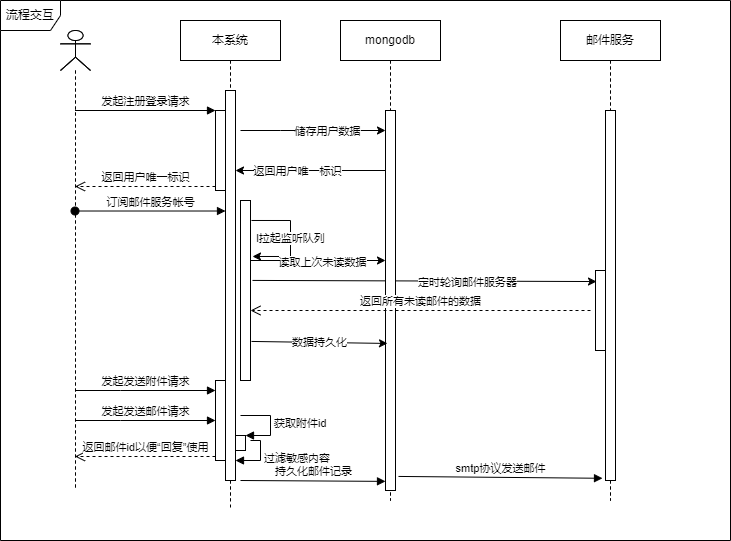
Before: doc/image/流程交互图.png, a diagram exported from draw.io (wujunwei/gomail). Source tidied: cells renumbered, new cells last; positions are measured from the earlier drawing's top-left corner, leaving out a move shared by most shapes.
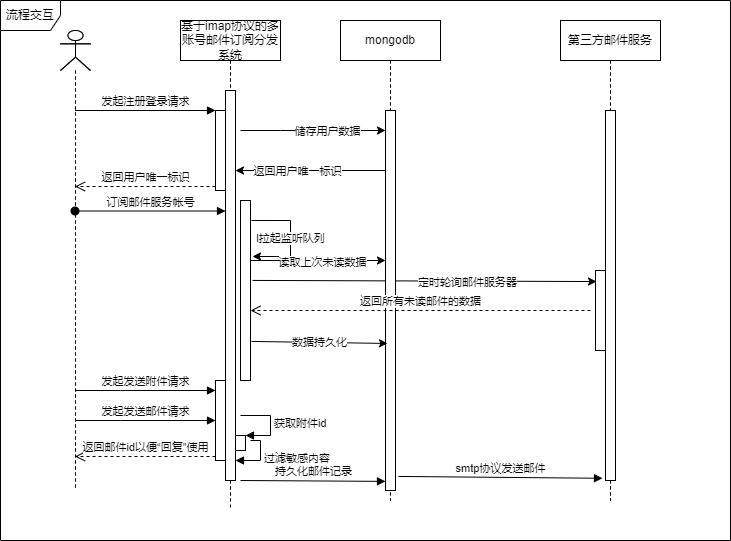
Above is the later version.

The edit, as a diff of the source:
```diff
@@ -25,7 +25,7 @@
     <mxCell id="7" style="html=1;points=[];perimeter=orthogonalPerimeter;" parent="3" vertex="1">
       <mxGeometry x="35" y="360" width="10" height="80" as="geometry" />
     </mxCell>
-    <mxCell id="8" value="本系统" style="shape=umlLifeline;perimeter=lifelinePerimeter;whiteSpace=wrap;html=1;" parent="1" vertex="1">
+    <mxCell id="8" value="基于imap协议的多账号邮件订阅分发系统" style="shape=umlLifeline;perimeter=lifelinePerimeter;whiteSpace=wrap;html=1;" parent="1" vertex="1">
       <mxGeometry x="180" y="20" width="100" height="490" as="geometry" />
     </mxCell>
     <mxCell id="9" style="html=1;points=[];perimeter=orthogonalPerimeter;" parent="8" vertex="1">
@@ -116,7 +116,7 @@
     <mxCell id="28" style="html=1;points=[];perimeter=orthogonalPerimeter;" parent="27" vertex="1">
       <mxGeometry x="45" y="90" width="10" height="380" as="geometry" />
     </mxCell>
-    <mxCell id="29" value="邮件服务" style="shape=umlLifeline;perimeter=lifelinePerimeter;whiteSpace=wrap;html=1;" parent="1" vertex="1">
+    <mxCell id="29" value="&lt;span style=&quot;font-size:10.5pt;font-family:宋体;&lt;br/&gt;mso-ascii-theme-font:minor-fareast;mso-fareast-theme-font:minor-fareast;&lt;br/&gt;mso-hansi-theme-font:minor-fareast;mso-bidi-font-family:宋体;mso-bidi-theme-font:&lt;br/&gt;minor-fareast;mso-ansi-language:DE;mso-fareast-language:ZH-CN;mso-bidi-language:&lt;br/&gt;AR-SA&quot;&gt;第三方&lt;/span&gt;邮件服务" style="shape=umlLifeline;perimeter=lifelinePerimeter;whiteSpace=wrap;html=1;" parent="1" vertex="1">
       <mxGeometry x="560" y="20" width="100" height="480" as="geometry" />
     </mxCell>
     <mxCell id="30" style="html=1;points=[];perimeter=orthogonalPerimeter;" parent="29" vertex="1">
```
